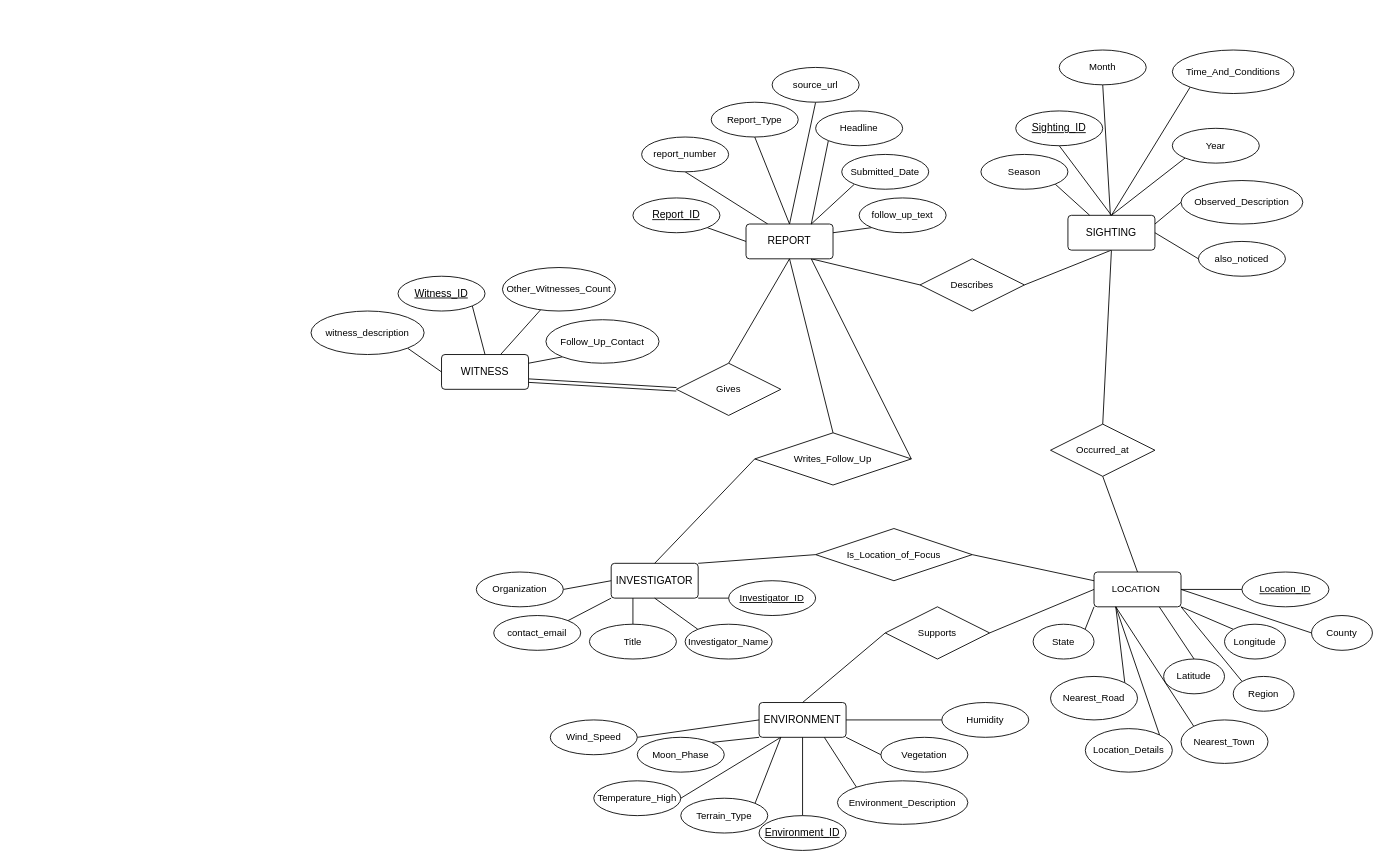
This is bigfoot-diagrams.drawio from Bigfoot-In-Ass/bigfoot-sighting-db, a draw.io file, before an edit. Source tidied: cells renumbered, new cells numbered last; positions are measured from the earlier drawing's top-left corner, leaving out a move shared by most shapes. Both pictures are drawn from the tidied source at 87%, with x=0, y=0 at pixel (311, 50).
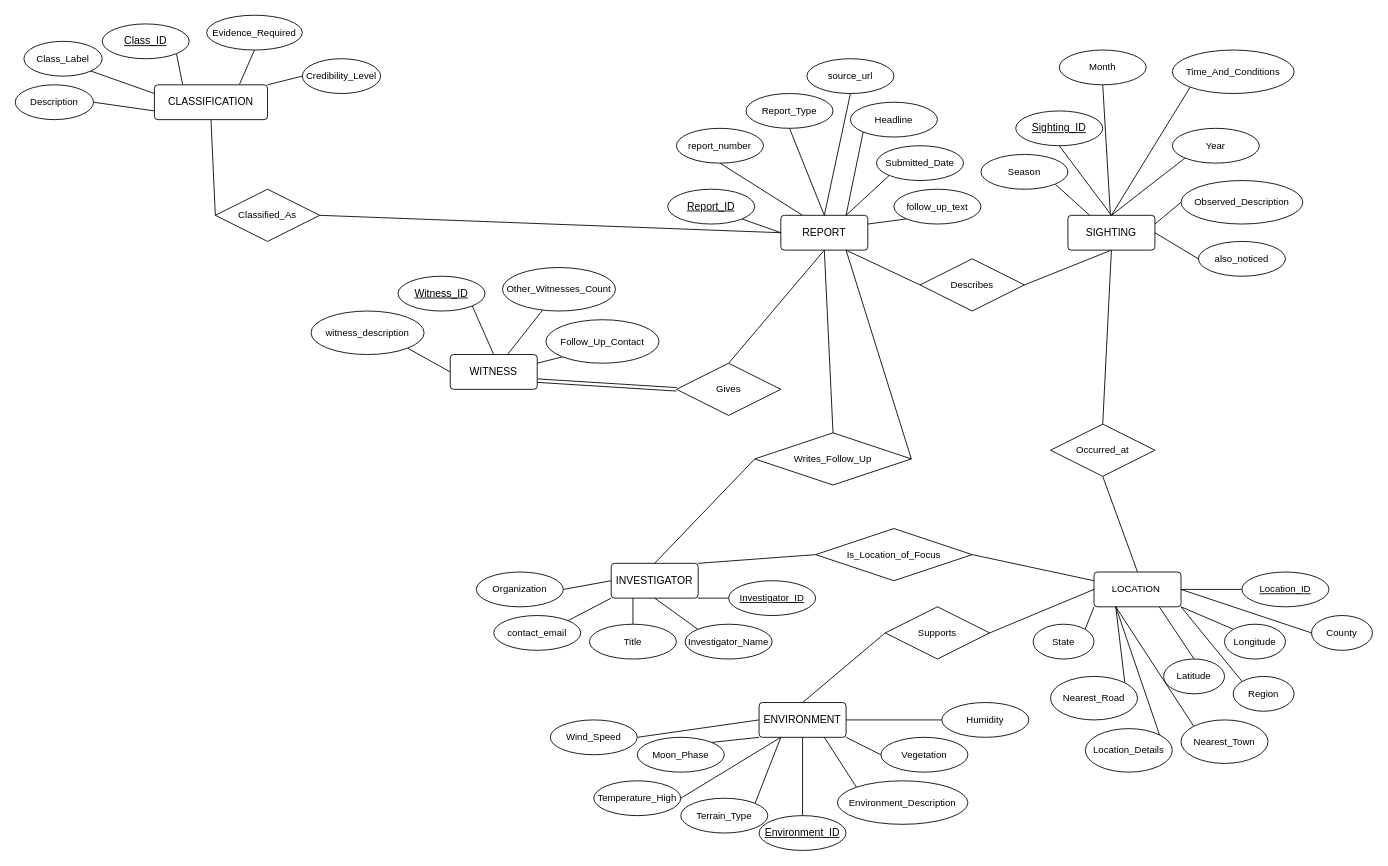
After the change.

Commit message:
resource.erd: Added `CLASSIFICATION` Note: Witness_Contact -> FK to witness?  maybe keep with REPORT?

The change refers to these unchanged cells:
```xml
<mxCell id="30" value="REPORT" style="rounded=1;arcSize=10;whiteSpace=wrap;html=1;align=center;" parent="28" vertex="1">
  <mxGeometry x="130" y="180" width="100" height="40" as="geometry" />
</mxCell>
<mxCell id="60" style="group;" parent="1" vertex="1">
  <mxGeometry y="250" width="400" height="140" as="geometry" />
</mxCell>
```

The edit, as a diff of the source:
```diff
@@
     <mxCell id="28" style="group;" parent="1" vertex="1">
-      <mxGeometry x="370" y="20" width="360" height="220" as="geometry" />
+      <mxGeometry x="410" y="10" width="360" height="220" as="geometry" />
     </mxCell>
@@
     <mxCell id="62" value="WITNESS" style="rounded=1;arcSize=10;whiteSpace=wrap;html=1;align=center;" parent="60" vertex="1">
-      <mxGeometry x="150" y="100" width="100" height="40" as="geometry" />
+      <mxGeometry x="160" y="100" width="100" height="40" as="geometry" />
     </mxCell>
@@
+    <mxCell id="113" style="edgeStyle=none;shape=connector;rounded=1;html=1;exitX=1;exitY=0.5;exitDx=0;exitDy=0;entryX=0;entryY=0.5;entryDx=0;entryDy=0;strokeColor=default;align=center;verticalAlign=middle;fontFamily=Helvetica;fontSize=11;fontColor=default;labelBackgroundColor=default;endArrow=none;endFill=0;" parent="1" edge="1" source="115" target="30">
+      <mxGeometry relative="1" as="geometry" />
+    </mxCell>
+    <mxCell id="114" style="edgeStyle=none;shape=connector;rounded=1;html=1;exitX=0;exitY=0.5;exitDx=0;exitDy=0;entryX=0.5;entryY=1;entryDx=0;entryDy=0;strokeColor=default;align=center;verticalAlign=middle;fontFamily=Helvetica;fontSize=11;fontColor=default;labelBackgroundColor=default;endArrow=none;endFill=0;" parent="1" edge="1" source="115" target="121">
+      <mxGeometry relative="1" as="geometry" />
+    </mxCell>
+    <mxCell id="115" value="Classified_As" style="shape=rhombus;perimeter=rhombusPerimeter;whiteSpace=wrap;html=1;align=center;fontFamily=Helvetica;fontSize=11;fontColor=default;labelBackgroundColor=default;" parent="1" vertex="1">
+      <mxGeometry x="-110" y="160" width="120" height="60" as="geometry" />
+    </mxCell>
+    <mxCell id="116" style="group;" parent="1" vertex="1">
+      <mxGeometry x="-340" y="-40" width="420" height="120" as="geometry" />
+    </mxCell>
+    <mxCell id="117" style="edgeStyle=none;shape=connector;rounded=1;html=1;exitX=0;exitY=0.25;exitDx=0;exitDy=0;entryX=1;entryY=1;entryDx=0;entryDy=0;strokeColor=default;align=center;verticalAlign=middle;fontFamily=Helvetica;fontSize=11;fontColor=default;labelBackgroundColor=default;endArrow=none;endFill=0;" parent="116" edge="1" source="121" target="123">
+      <mxGeometry relative="1" as="geometry" />
+    </mxCell>
+    <mxCell id="118" style="edgeStyle=none;shape=connector;rounded=1;html=1;exitX=0.25;exitY=0;exitDx=0;exitDy=0;entryX=1;entryY=1;entryDx=0;entryDy=0;strokeColor=default;align=center;verticalAlign=middle;fontFamily=Helvetica;fontSize=11;fontColor=default;labelBackgroundColor=default;endArrow=none;endFill=0;" parent="116" edge="1" source="121" target="122">
+      <mxGeometry relative="1" as="geometry" />
+    </mxCell>
+    <mxCell id="119" style="edgeStyle=none;shape=connector;rounded=1;html=1;exitX=0.75;exitY=0;exitDx=0;exitDy=0;entryX=0.5;entryY=1;entryDx=0;entryDy=0;strokeColor=default;align=center;verticalAlign=middle;fontFamily=Helvetica;fontSize=11;fontColor=default;labelBackgroundColor=default;endArrow=none;endFill=0;" parent="116" edge="1" source="121" target="126">
+      <mxGeometry relative="1" as="geometry" />
+    </mxCell>
+    <mxCell id="120" style="edgeStyle=none;shape=connector;rounded=1;html=1;exitX=1;exitY=0;exitDx=0;exitDy=0;entryX=0;entryY=0.5;entryDx=0;entryDy=0;strokeColor=default;align=center;verticalAlign=middle;fontFamily=Helvetica;fontSize=11;fontColor=default;labelBackgroundColor=default;endArrow=none;endFill=0;" parent="116" edge="1" source="121" target="127">
+      <mxGeometry relative="1" as="geometry" />
+    </mxCell>
+    <mxCell id="121" value="CLASSIFICATION" style="rounded=1;arcSize=10;whiteSpace=wrap;html=1;align=center;" parent="116" vertex="1">
+      <mxGeometry x="160" y="80" width="130" height="40" as="geometry" />
+    </mxCell>
+    <mxCell id="122" value="Class_ID" style="ellipse;whiteSpace=wrap;html=1;align=center;fontStyle=4;" parent="116" vertex="1">
+      <mxGeometry x="100" y="10" width="100" height="40" as="geometry" />
+    </mxCell>
+    <mxCell id="123" value="Class_Label" style="ellipse;whiteSpace=wrap;html=1;align=center;fontFamily=Helvetica;fontSize=11;fontColor=default;labelBackgroundColor=default;" parent="116" vertex="1">
+      <mxGeometry x="10" y="30" width="90" height="40" as="geometry" />
+    </mxCell>
+    <mxCell id="124" style="edgeStyle=none;shape=connector;rounded=1;html=1;exitX=1;exitY=0.5;exitDx=0;exitDy=0;entryX=0;entryY=0.75;entryDx=0;entryDy=0;strokeColor=default;align=center;verticalAlign=middle;fontFamily=Helvetica;fontSize=11;fontColor=default;labelBackgroundColor=default;endArrow=none;endFill=0;" parent="116" edge="1" source="125" target="121">
+      <mxGeometry relative="1" as="geometry" />
+    </mxCell>
+    <mxCell id="125" value="Description" style="ellipse;whiteSpace=wrap;html=1;align=center;fontFamily=Helvetica;fontSize=11;fontColor=default;labelBackgroundColor=default;" parent="116" vertex="1">
+      <mxGeometry y="80" width="90" height="40" as="geometry" />
+    </mxCell>
+    <mxCell id="126" value="Evidence_Required" style="ellipse;whiteSpace=wrap;html=1;align=center;fontFamily=Helvetica;fontSize=11;fontColor=default;labelBackgroundColor=default;" parent="116" vertex="1">
+      <mxGeometry x="220" width="110" height="40" as="geometry" />
+    </mxCell>
+    <mxCell id="127" value="Credibility_Level" style="ellipse;whiteSpace=wrap;html=1;align=center;fontFamily=Helvetica;fontSize=11;fontColor=default;labelBackgroundColor=default;" parent="116" vertex="1">
+      <mxGeometry x="330" y="50" width="90" height="40" as="geometry" />
+    </mxCell>
```
